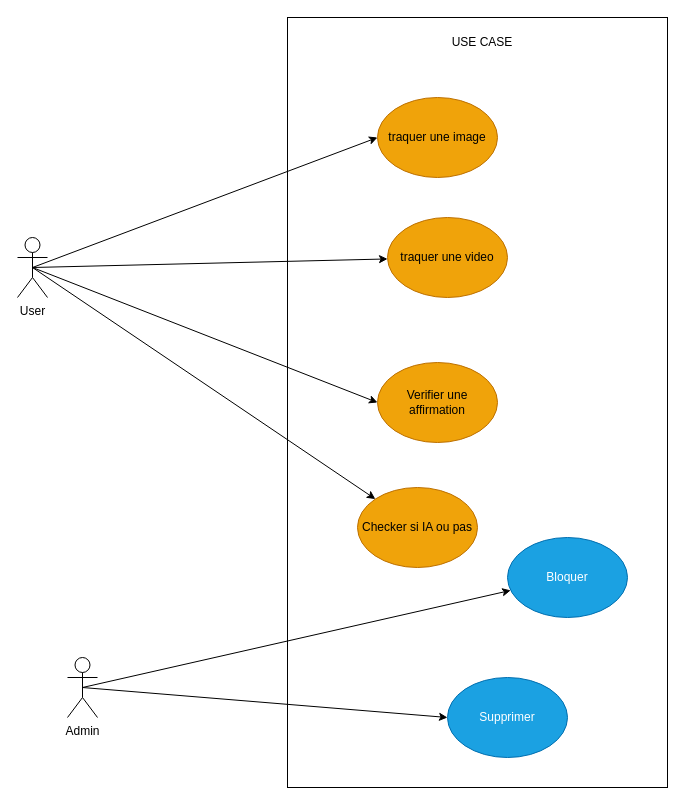
This is page "Use-Case" (2 of 3) of _docs/diagrams.drawio from juanvictorqwerty/Bob-Digital-Investigator, a draw.io file, before an edit. Source tidied: cells renumbered, new cells numbered last; positions are measured from the earlier drawing's top-left corner, leaving out a move shared by most shapes. Both pictures are drawn from the tidied source at 100%, with x=0, y=0 at pixel (17, 17).
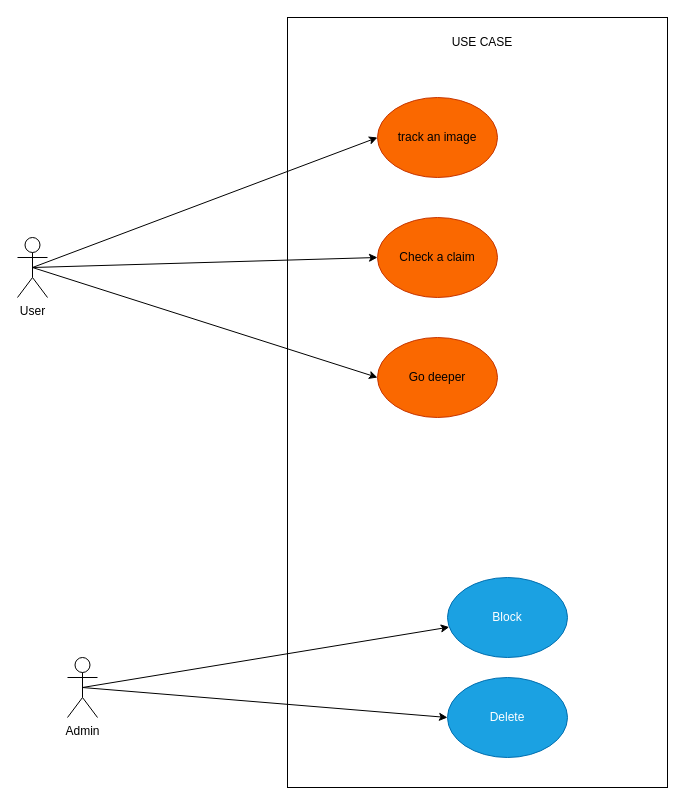
Above is the later version.

What changed in the source:
```diff
@@
 <mxGraphModel>
   <root>
     <mxCell id="0" />
     <mxCell id="1" parent="0" />
     <mxCell id="2" style="rounded=0;whiteSpace=wrap;html=1;" parent="1" vertex="1">
       <mxGeometry x="270" width="380" height="770" as="geometry" />
     </mxCell>
-    <mxCell id="3" value="traquer une image" style="ellipse;whiteSpace=wrap;html=1;rounded=1;fillColor=#f0a30a;fontColor=#000000;strokeColor=#BD7000;" parent="1" vertex="1">
+    <mxCell id="3" value="track an image" style="ellipse;whiteSpace=wrap;html=1;rounded=1;fillColor=#fa6800;fontColor=#000000;strokeColor=#C73500;" parent="1" vertex="1">
       <mxGeometry x="360" y="80" width="120" height="80" as="geometry" />
     </mxCell>
-    <mxCell id="4" value="traquer une video" style="ellipse;whiteSpace=wrap;html=1;rounded=1;fillColor=#f0a30a;fontColor=#000000;strokeColor=#BD7000;" parent="1" vertex="1">
-      <mxGeometry x="370" y="200" width="120" height="80" as="geometry" />
-    </mxCell>
-    <mxCell id="5" value="Verifier une affirmation" style="ellipse;whiteSpace=wrap;html=1;rounded=1;fillColor=#f0a30a;fontColor=#000000;strokeColor=#BD7000;" parent="1" vertex="1">
-      <mxGeometry x="360" y="345" width="120" height="80" as="geometry" />
+    <mxCell id="5" value="Check a claim" style="ellipse;whiteSpace=wrap;html=1;rounded=1;fillColor=#fa6800;fontColor=#000000;strokeColor=#C73500;" parent="1" vertex="1">
+      <mxGeometry x="360" y="200" width="120" height="80" as="geometry" />
     </mxCell>
-    <mxCell id="6" value="Checker si IA ou pas" style="ellipse;whiteSpace=wrap;html=1;rounded=1;fillColor=#f0a30a;fontColor=#000000;strokeColor=#BD7000;" parent="1" vertex="1">
-      <mxGeometry x="340" y="470" width="120" height="80" as="geometry" />
-    </mxCell>
     <mxCell id="7" style="html=1;exitX=0.5;exitY=0.5;exitDx=0;exitDy=0;exitPerimeter=0;entryX=0;entryY=0.5;entryDx=0;entryDy=0;" parent="1" edge="1" source="11" target="3">
       <mxGeometry relative="1" as="geometry" />
     </mxCell>
-    <mxCell id="8" style="html=1;exitX=0.5;exitY=0.5;exitDx=0;exitDy=0;exitPerimeter=0;" parent="1" edge="1" source="11" target="4">
-      <mxGeometry relative="1" as="geometry" />
-    </mxCell>
     <mxCell id="9" style="html=1;exitX=0.5;exitY=0.5;exitDx=0;exitDy=0;exitPerimeter=0;entryX=0;entryY=0.5;entryDx=0;entryDy=0;" parent="1" edge="1" source="11" target="5">
       <mxGeometry relative="1" as="geometry" />
     </mxCell>
-    <mxCell id="10" style="html=1;exitX=0.5;exitY=0.5;exitDx=0;exitDy=0;exitPerimeter=0;" parent="1" edge="1" source="11" target="6">
-      <mxGeometry relative="1" as="geometry" />
-    </mxCell>
+    <mxCell id="18" style="rounded=0;jettySize=auto;html=1;exitX=0.5;exitY=0.5;exitDx=0;exitDy=0;exitPerimeter=0;entryX=0;entryY=0.5;entryDx=0;entryDy=0;" parent="1" edge="1" source="11" target="19">
+      <mxGeometry relative="1" as="geometry" />
+    </mxCell>
     <mxCell id="11" value="User" style="shape=umlActor;verticalLabelPosition=bottom;verticalAlign=top;html=1;outlineConnect=0;rounded=1;" parent="1" vertex="1">
       <mxGeometry y="220" width="30" height="60" as="geometry" />
     </mxCell>
     <mxCell id="12" style="edgeStyle=none;html=1;exitX=0.5;exitY=0.5;exitDx=0;exitDy=0;exitPerimeter=0;" parent="1" edge="1" source="14" target="15">
       <mxGeometry relative="1" as="geometry" />
     </mxCell>
     <mxCell id="13" style="edgeStyle=none;html=1;exitX=0.5;exitY=0.5;exitDx=0;exitDy=0;exitPerimeter=0;entryX=0;entryY=0.5;entryDx=0;entryDy=0;" parent="1" edge="1" source="14" target="16">
       <mxGeometry relative="1" as="geometry" />
     </mxCell>
     <mxCell id="14" value="Admin" style="shape=umlActor;verticalLabelPosition=bottom;verticalAlign=top;html=1;outlineConnect=0;rounded=1;" parent="1" vertex="1">
       <mxGeometry x="50" y="640" width="30" height="60" as="geometry" />
     </mxCell>
-    <mxCell id="15" value="Bloquer" style="ellipse;whiteSpace=wrap;html=1;rounded=1;fillColor=#1ba1e2;strokeColor=#006EAF;fontColor=#ffffff;" parent="1" vertex="1">
-      <mxGeometry x="490" y="520" width="120" height="80" as="geometry" />
+    <mxCell id="15" value="Block" style="ellipse;whiteSpace=wrap;html=1;rounded=1;fillColor=#1ba1e2;strokeColor=#006EAF;fontColor=#ffffff;" parent="1" vertex="1">
+      <mxGeometry x="430" y="560" width="120" height="80" as="geometry" />
     </mxCell>
-    <mxCell id="16" value="Supprimer" style="ellipse;whiteSpace=wrap;html=1;rounded=1;fillColor=#1ba1e2;fontColor=#ffffff;strokeColor=#006EAF;" parent="1" vertex="1">
+    <mxCell id="16" value="Delete" style="ellipse;whiteSpace=wrap;html=1;rounded=1;fillColor=#1ba1e2;fontColor=#ffffff;strokeColor=#006EAF;" parent="1" vertex="1">
       <mxGeometry x="430" y="660" width="120" height="80" as="geometry" />
     </mxCell>
     <mxCell id="17" value="USE CASE" style="text;html=1;strokeColor=none;fillColor=none;align=center;verticalAlign=middle;whiteSpace=wrap;rounded=0;" parent="1" vertex="1">
       <mxGeometry x="400" y="10" width="130" height="30" as="geometry" />
     </mxCell>
+    <mxCell id="19" value="Go deeper" style="ellipse;whiteSpace=wrap;html=1;fillColor=#fa6800;fontColor=#000000;strokeColor=#C73500;" parent="1" vertex="1">
+      <mxGeometry x="360" y="320" width="120" height="80" as="geometry" />
+    </mxCell>
   </root>
 </mxGraphModel>
```
